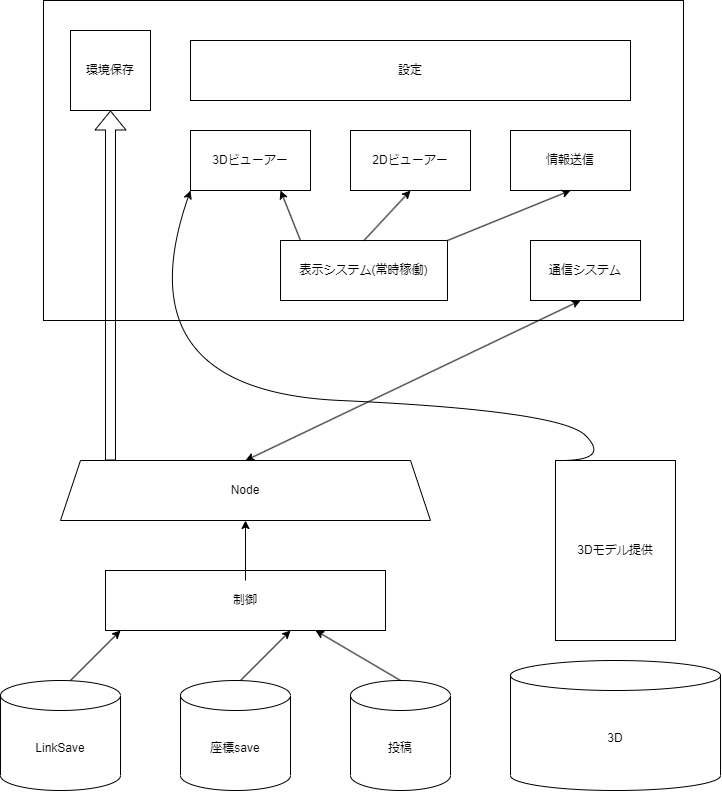
nanten-pi/PLATEAUpront keeps this draw.io diagram as setting/main.drawio.png. Above is the earlier version. Source tidied: cells renumbered, new cells last; positions are measured from the earlier drawing's top-left corner, leaving out a move shared by most shapes. Its diagram source:
```xml
<mxGraphModel>
  <root>
    <mxCell id="0" />
    <mxCell id="1" parent="0" />
    <mxCell id="2" style="rounded=0;whiteSpace=wrap;html=1;" parent="1" vertex="1">
      <mxGeometry x="43" width="640" height="320" as="geometry" />
    </mxCell>
    <mxCell id="3" value="表示システム(常時稼働)" style="rounded=0;whiteSpace=wrap;html=1;" parent="1" vertex="1">
      <mxGeometry x="280" y="240" width="167" height="60" as="geometry" />
    </mxCell>
    <mxCell id="4" value="通信システム" style="rounded=0;whiteSpace=wrap;html=1;" parent="1" vertex="1">
      <mxGeometry x="530" y="240" width="110" height="60" as="geometry" />
    </mxCell>
    <mxCell id="5" value="3Dビューアー" style="rounded=0;whiteSpace=wrap;html=1;" parent="1" vertex="1">
      <mxGeometry x="190" y="130" width="120" height="60" as="geometry" />
    </mxCell>
    <mxCell id="6" value="2Dビューアー" style="rounded=0;whiteSpace=wrap;html=1;" parent="1" vertex="1">
      <mxGeometry x="350" y="130" width="120" height="60" as="geometry" />
    </mxCell>
    <mxCell id="7" value="情報送信" style="rounded=0;whiteSpace=wrap;html=1;" parent="1" vertex="1">
      <mxGeometry x="510" y="130" width="120" height="60" as="geometry" />
    </mxCell>
    <mxCell id="8" value="環境保存" style="whiteSpace=wrap;html=1;" parent="1" vertex="1">
      <mxGeometry x="70" y="30" width="80" height="80" as="geometry" />
    </mxCell>
    <mxCell id="9" style="endArrow=classic;html=1;entryX=0.75;entryY=1;entryDx=0;entryDy=0;" parent="1" edge="1" target="5">
      <mxGeometry relative="1" as="geometry">
        <mxPoint x="300" y="240" as="sourcePoint" />
      </mxGeometry>
    </mxCell>
    <mxCell id="10" style="endArrow=classic;html=1;exitX=0.5;exitY=0;exitDx=0;exitDy=0;entryX=0.5;entryY=1;entryDx=0;entryDy=0;" parent="1" edge="1" source="3" target="6">
      <mxGeometry relative="1" as="geometry" />
    </mxCell>
    <mxCell id="11" style="endArrow=classic;html=1;exitX=1;exitY=0;exitDx=0;exitDy=0;entryX=0.5;entryY=1;entryDx=0;entryDy=0;" parent="1" edge="1" source="3" target="7">
      <mxGeometry relative="1" as="geometry" />
    </mxCell>
    <mxCell id="12" value="Node" style="shape=trapezoid;perimeter=trapezoidPerimeter;whiteSpace=wrap;html=1;fixedSize=1;" parent="1" vertex="1">
      <mxGeometry x="60" y="460" width="370" height="60" as="geometry" />
    </mxCell>
    <mxCell id="13" value="3Dモデル提供" style="rounded=0;whiteSpace=wrap;html=1;" parent="1" vertex="1">
      <mxGeometry x="555" y="460" width="120" height="180" as="geometry" />
    </mxCell>
    <mxCell id="14" value="制御" style="rounded=0;whiteSpace=wrap;html=1;" parent="1" vertex="1">
      <mxGeometry x="105" y="570" width="280" height="60" as="geometry" />
    </mxCell>
    <mxCell id="15" value="LinkSave" style="shape=cylinder3;whiteSpace=wrap;html=1;boundedLbl=1;backgroundOutline=1;size=15;" parent="1" vertex="1">
      <mxGeometry y="680" width="120" height="110" as="geometry" />
    </mxCell>
    <mxCell id="16" value="座標save" style="shape=cylinder3;whiteSpace=wrap;html=1;boundedLbl=1;backgroundOutline=1;size=15;" parent="1" vertex="1">
      <mxGeometry x="180" y="680" width="110" height="110" as="geometry" />
    </mxCell>
    <mxCell id="17" value="投稿" style="shape=cylinder3;whiteSpace=wrap;html=1;boundedLbl=1;backgroundOutline=1;size=15;" parent="1" vertex="1">
      <mxGeometry x="350" y="680" width="100" height="110" as="geometry" />
    </mxCell>
    <mxCell id="18" value="3D" style="shape=cylinder3;whiteSpace=wrap;html=1;boundedLbl=1;backgroundOutline=1;size=15;" parent="1" vertex="1">
      <mxGeometry x="510" y="660" width="210" height="130" as="geometry" />
    </mxCell>
    <mxCell id="19" style="endArrow=classic;startArrow=classic;html=1;exitX=0.5;exitY=0;exitDx=0;exitDy=0;" parent="1" edge="1" source="12">
      <mxGeometry relative="1" as="geometry">
        <mxPoint x="580" y="300" as="targetPoint" />
      </mxGeometry>
    </mxCell>
    <mxCell id="20" style="curved=1;endArrow=classic;html=1;entryX=0;entryY=1;entryDx=0;entryDy=0;" parent="1" edge="1" target="5">
      <mxGeometry relative="1" as="geometry">
        <mxPoint x="560" y="460" as="sourcePoint" />
        <Array as="points">
          <mxPoint x="610" y="460" />
          <mxPoint x="560" y="410" />
          <mxPoint x="120" y="390" />
        </Array>
      </mxGeometry>
    </mxCell>
    <mxCell id="21" style="endArrow=classic;html=1;" parent="1" edge="1">
      <mxGeometry relative="1" as="geometry">
        <mxPoint x="70" y="680" as="sourcePoint" />
        <mxPoint x="120" y="630" as="targetPoint" />
      </mxGeometry>
    </mxCell>
    <mxCell id="22" style="endArrow=classic;html=1;" parent="1" edge="1">
      <mxGeometry relative="1" as="geometry">
        <mxPoint x="240" y="680" as="sourcePoint" />
        <mxPoint x="290" y="630" as="targetPoint" />
      </mxGeometry>
    </mxCell>
    <mxCell id="23" style="endArrow=classic;html=1;entryX=0.75;entryY=1;entryDx=0;entryDy=0;" parent="1" edge="1" target="14">
      <mxGeometry relative="1" as="geometry">
        <mxPoint x="400" y="680" as="sourcePoint" />
      </mxGeometry>
    </mxCell>
    <mxCell id="24" style="endArrow=classic;html=1;entryX=0.5;entryY=1;entryDx=0;entryDy=0;" parent="1" edge="1" target="12">
      <mxGeometry relative="1" as="geometry">
        <mxPoint x="245" y="580" as="sourcePoint" />
      </mxGeometry>
    </mxCell>
    <mxCell id="25" value="設定" style="rounded=0;whiteSpace=wrap;html=1;" parent="1" vertex="1">
      <mxGeometry x="190" y="40" width="440" height="60" as="geometry" />
    </mxCell>
    <mxCell id="26" style="shape=flexArrow;endArrow=classic;html=1;entryX=0.5;entryY=1;entryDx=0;entryDy=0;" parent="1" edge="1" target="8">
      <mxGeometry relative="1" as="geometry">
        <mxPoint x="110" y="460" as="sourcePoint" />
      </mxGeometry>
    </mxCell>
  </root>
</mxGraphModel>
```
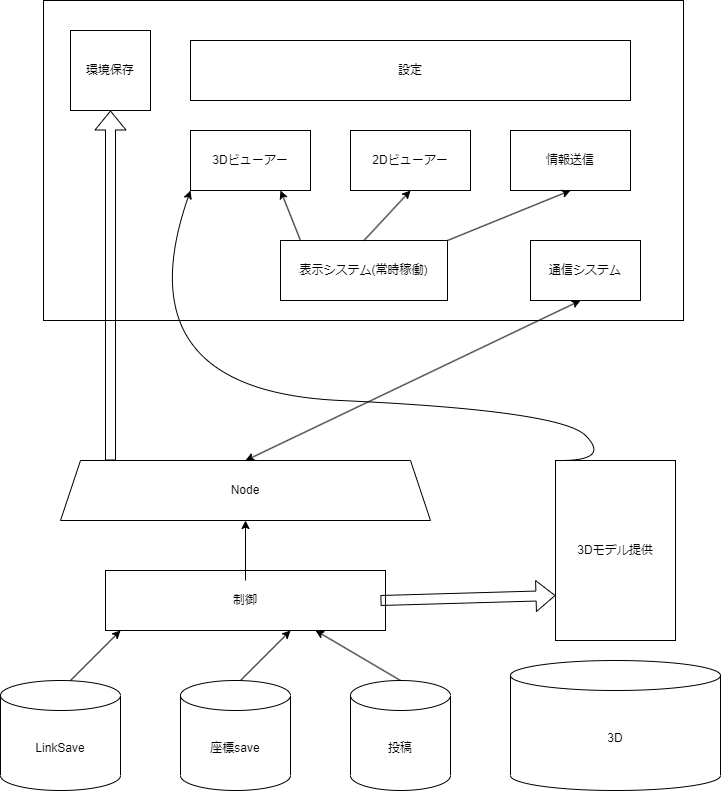
After the commit.

Diff of the diagram source:
```diff
@@ -100,5 +100,10 @@
         <mxPoint x="110" y="460" as="sourcePoint" />
       </mxGeometry>
     </mxCell>
+    <mxCell id="27" style="shape=flexArrow;endArrow=classic;html=1;entryX=0;entryY=0.75;entryDx=0;entryDy=0;" parent="1" edge="1" target="13">
+      <mxGeometry relative="1" as="geometry">
+        <mxPoint x="380" y="600" as="sourcePoint" />
+      </mxGeometry>
+    </mxCell>
   </root>
 </mxGraphModel>
```
